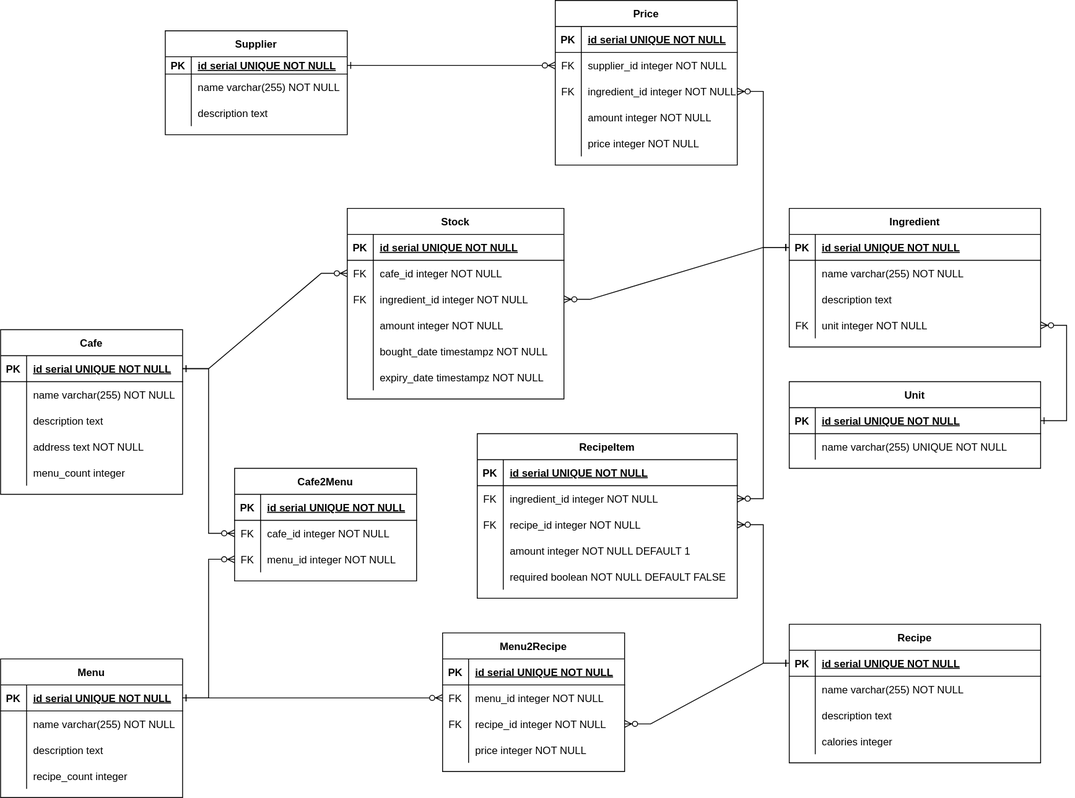
This is doc/fig/datalogical.svg from zubrailx/university-itmo, a draw.io export, as it was before one commit. Source tidied: cells renumbered, new cells last; positions are measured from the earlier drawing's top-left corner, leaving out a move shared by most shapes.
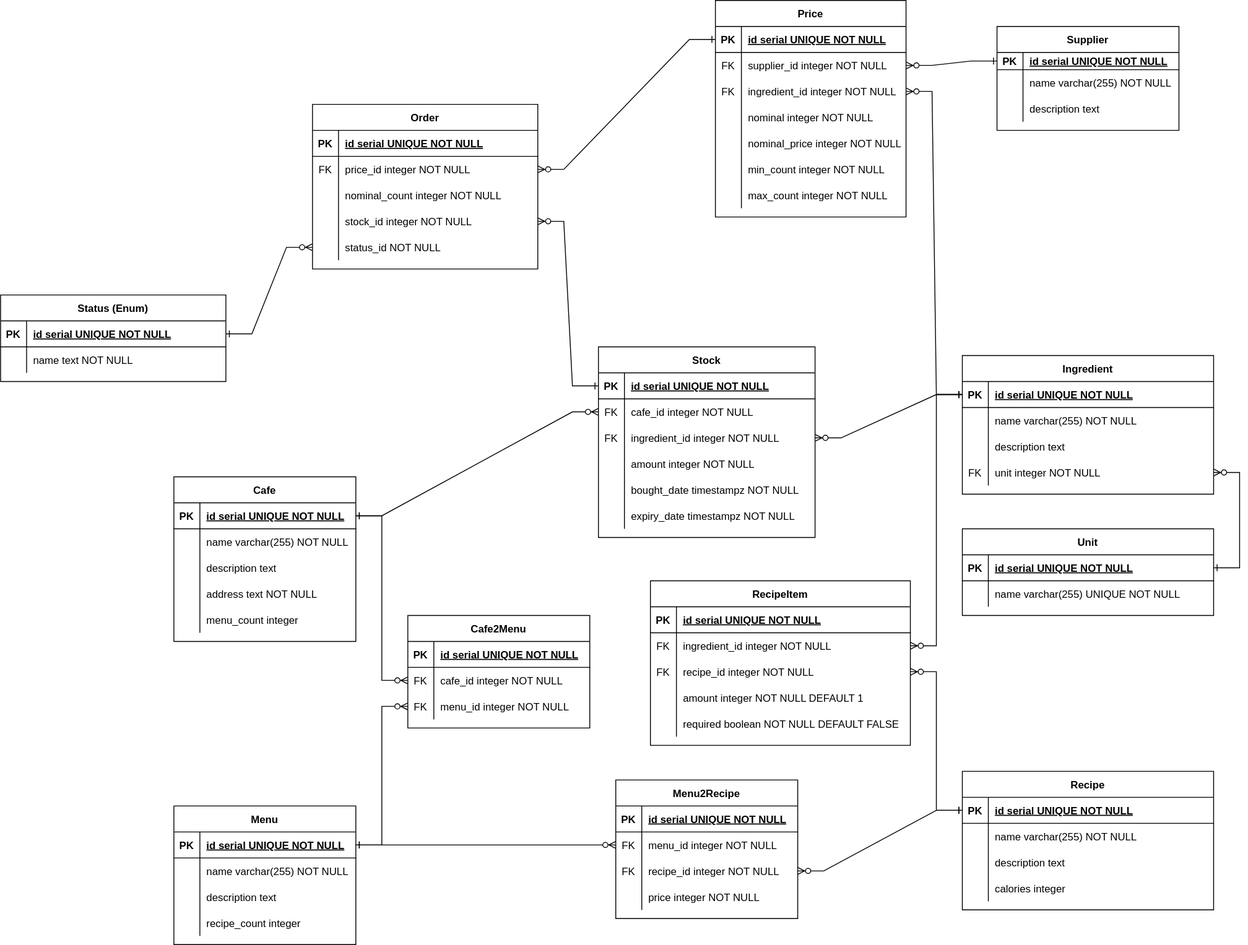
The same diagram one commit later.

What changed in the source:
```diff
@@ -3,7 +3,7 @@
     <mxCell id="0" />
     <mxCell id="1" parent="0" />
     <mxCell id="2" value="Supplier" style="shape=table;startSize=30;rowLines=0;fontStyle=1;align=center;" parent="1" vertex="1">
-      <mxGeometry x="190" y="35" width="210" height="120" as="geometry" />
+      <mxGeometry x="950" y="-140" width="210" height="120" as="geometry" />
     </mxCell>
     <mxCell id="3" style="shape=tableRow;horizontal=0;startSize=0;swimlaneHead=0;swimlaneBody=0;fillColor=none;points=[[0,0.5],[1,0.5]];portConstraint=eastwest;top=0;left=0;right=0;bottom=1;" parent="2" vertex="1">
       <mxGeometry y="30" width="210" height="20" as="geometry" />
@@ -198,55 +198,73 @@
       <mxGeometry x="30" width="180" height="30" as="geometry" />
     </mxCell>
     <mxCell id="67" value="Price" style="shape=table;startSize=30;rowLines=0;fontStyle=1;align=center;" parent="1" vertex="1">
-      <mxGeometry x="640" width="210" height="190" as="geometry" />
+      <mxGeometry x="625" y="-170" width="220" height="250" as="geometry" />
     </mxCell>
     <mxCell id="68" style="shape=tableRow;horizontal=0;startSize=0;swimlaneHead=0;swimlaneBody=0;fillColor=none;points=[[0,0.5],[1,0.5]];portConstraint=eastwest;top=0;left=0;right=0;bottom=1;" parent="67" vertex="1">
-      <mxGeometry y="30" width="210" height="30" as="geometry" />
+      <mxGeometry y="30" width="220" height="30" as="geometry" />
     </mxCell>
     <mxCell id="69" value="PK" style="shape=partialRectangle;fillColor=none;top=0;left=0;bottom=0;right=0;fontStyle=1;overflow=hidden;" parent="68" vertex="1">
       <mxGeometry width="30" height="30" as="geometry" />
     </mxCell>
     <mxCell id="70" value="id serial UNIQUE NOT NULL" style="shape=partialRectangle;fillColor=none;top=0;left=0;bottom=0;right=0;align=left;spacingLeft=6;fontStyle=5;overflow=hidden;" parent="68" vertex="1">
-      <mxGeometry x="30" width="180" height="30" as="geometry" />
+      <mxGeometry x="30" width="190" height="30" as="geometry" />
     </mxCell>
     <mxCell id="71" style="shape=tableRow;horizontal=0;startSize=0;swimlaneHead=0;swimlaneBody=0;fillColor=none;points=[[0,0.5],[1,0.5]];portConstraint=eastwest;top=0;left=0;right=0;bottom=0;" parent="67" vertex="1">
-      <mxGeometry y="60" width="210" height="30" as="geometry" />
+      <mxGeometry y="60" width="220" height="30" as="geometry" />
     </mxCell>
     <mxCell id="72" value="FK" style="shape=partialRectangle;fillColor=none;top=0;left=0;bottom=0;right=0;overflow=hidden;" parent="71" vertex="1">
       <mxGeometry width="30" height="30" as="geometry" />
     </mxCell>
     <mxCell id="73" value="supplier_id integer NOT NULL" style="shape=partialRectangle;fillColor=none;top=0;left=0;bottom=0;right=0;align=left;spacingLeft=6;overflow=hidden;" parent="71" vertex="1">
-      <mxGeometry x="30" width="180" height="30" as="geometry" />
+      <mxGeometry x="30" width="190" height="30" as="geometry" />
     </mxCell>
     <mxCell id="74" style="shape=tableRow;horizontal=0;startSize=0;swimlaneHead=0;swimlaneBody=0;fillColor=none;points=[[0,0.5],[1,0.5]];portConstraint=eastwest;top=0;left=0;right=0;bottom=0;" parent="67" vertex="1">
-      <mxGeometry y="90" width="210" height="30" as="geometry" />
+      <mxGeometry y="90" width="220" height="30" as="geometry" />
     </mxCell>
     <mxCell id="75" value="FK" style="shape=partialRectangle;fillColor=none;top=0;left=0;bottom=0;right=0;overflow=hidden;" parent="74" vertex="1">
       <mxGeometry width="30" height="30" as="geometry" />
     </mxCell>
     <mxCell id="76" value="ingredient_id integer NOT NULL" style="shape=partialRectangle;fillColor=none;top=0;left=0;bottom=0;right=0;align=left;spacingLeft=6;overflow=hidden;" parent="74" vertex="1">
-      <mxGeometry x="30" width="180" height="30" as="geometry" />
+      <mxGeometry x="30" width="190" height="30" as="geometry" />
     </mxCell>
     <mxCell id="77" style="shape=tableRow;horizontal=0;startSize=0;swimlaneHead=0;swimlaneBody=0;fillColor=none;top=0;left=0;right=0;bottom=0;" parent="67" vertex="1">
-      <mxGeometry y="120" width="210" height="30" as="geometry" />
+      <mxGeometry y="120" width="220" height="30" as="geometry" />
     </mxCell>
     <mxCell id="78" style="shape=partialRectangle;fillColor=none;top=0;left=0;bottom=0;right=0;overflow=hidden;" parent="77" vertex="1">
       <mxGeometry width="30" height="30" as="geometry" />
     </mxCell>
-    <mxCell id="79" value="amount integer NOT NULL" style="shape=partialRectangle;fillColor=none;top=0;left=0;bottom=0;right=0;align=left;spacingLeft=6;overflow=hidden;" parent="77" vertex="1">
-      <mxGeometry x="30" width="180" height="30" as="geometry" />
+    <mxCell id="79" value="nominal integer NOT NULL" style="shape=partialRectangle;fillColor=none;top=0;left=0;bottom=0;right=0;align=left;spacingLeft=6;overflow=hidden;" parent="77" vertex="1">
+      <mxGeometry x="30" width="190" height="30" as="geometry" />
     </mxCell>
     <mxCell id="80" style="shape=tableRow;horizontal=0;startSize=0;swimlaneHead=0;swimlaneBody=0;fillColor=none;top=0;left=0;right=0;bottom=0;" parent="67" vertex="1">
-      <mxGeometry y="150" width="210" height="30" as="geometry" />
+      <mxGeometry y="150" width="220" height="30" as="geometry" />
     </mxCell>
     <mxCell id="81" style="shape=partialRectangle;fillColor=none;top=0;left=0;bottom=0;right=0;overflow=hidden;" parent="80" vertex="1">
       <mxGeometry width="30" height="30" as="geometry" />
     </mxCell>
-    <mxCell id="82" value="price integer NOT NULL" style="shape=partialRectangle;fillColor=none;top=0;left=0;bottom=0;right=0;align=left;spacingLeft=6;overflow=hidden;" parent="80" vertex="1">
-      <mxGeometry x="30" width="180" height="30" as="geometry" />
+    <mxCell id="82" value="nominal_price integer NOT NULL" style="shape=partialRectangle;fillColor=none;top=0;left=0;bottom=0;right=0;align=left;spacingLeft=6;overflow=hidden;" parent="80" vertex="1">
+      <mxGeometry x="30" width="190" height="30" as="geometry" />
     </mxCell>
+    <mxCell id="159" style="shape=tableRow;horizontal=0;startSize=0;swimlaneHead=0;swimlaneBody=0;fillColor=none;top=0;left=0;right=0;bottom=0;" parent="67" vertex="1">
+      <mxGeometry y="180" width="220" height="30" as="geometry" />
+    </mxCell>
+    <mxCell id="160" style="shape=partialRectangle;fillColor=none;top=0;left=0;bottom=0;right=0;overflow=hidden;" parent="159" vertex="1">
+      <mxGeometry width="30" height="30" as="geometry" />
+    </mxCell>
+    <mxCell id="161" value="min_count integer NOT NULL" style="shape=partialRectangle;fillColor=none;top=0;left=0;bottom=0;right=0;align=left;spacingLeft=6;overflow=hidden;" parent="159" vertex="1">
+      <mxGeometry x="30" width="190" height="30" as="geometry" />
+    </mxCell>
+    <mxCell id="162" style="shape=tableRow;horizontal=0;startSize=0;swimlaneHead=0;swimlaneBody=0;fillColor=none;top=0;left=0;right=0;bottom=0;" parent="67" vertex="1">
+      <mxGeometry y="210" width="220" height="30" as="geometry" />
+    </mxCell>
+    <mxCell id="163" style="shape=partialRectangle;fillColor=none;top=0;left=0;bottom=0;right=0;overflow=hidden;" parent="162" vertex="1">
+      <mxGeometry width="30" height="30" as="geometry" />
+    </mxCell>
+    <mxCell id="164" value="max_count integer NOT NULL" style="shape=partialRectangle;fillColor=none;top=0;left=0;bottom=0;right=0;align=left;spacingLeft=6;overflow=hidden;" parent="162" vertex="1">
+      <mxGeometry x="30" width="190" height="30" as="geometry" />
+    </mxCell>
     <mxCell id="83" value="Stock" style="shape=table;startSize=30;rowLines=0;fontStyle=1;align=center;" parent="1" vertex="1">
-      <mxGeometry x="400" y="240" width="250" height="220" as="geometry" />
+      <mxGeometry x="490" y="230" width="250" height="220" as="geometry" />
     </mxCell>
     <mxCell id="84" style="shape=tableRow;horizontal=0;startSize=0;swimlaneHead=0;swimlaneBody=0;fillColor=none;points=[[0,0.5],[1,0.5]];portConstraint=eastwest;top=0;left=0;right=0;bottom=1;" parent="83" vertex="1">
       <mxGeometry y="30" width="250" height="30" as="geometry" />
@@ -473,5 +491,83 @@
     <mxCell id="158" value="name varchar(255) UNIQUE NOT NULL" style="shape=partialRectangle;fillColor=none;top=0;left=0;bottom=0;right=0;align=left;spacingLeft=6;overflow=hidden;" parent="156" vertex="1">
       <mxGeometry x="30" width="260" height="30" as="geometry" />
     </mxCell>
+    <mxCell id="165" value="Order" style="shape=table;startSize=30;rowLines=0;fontStyle=1;align=center;" parent="1" vertex="1">
+      <mxGeometry x="160" y="-50" width="260" height="190" as="geometry" />
+    </mxCell>
+    <mxCell id="166" style="shape=tableRow;horizontal=0;startSize=0;swimlaneHead=0;swimlaneBody=0;fillColor=none;top=0;left=0;right=0;bottom=1;" parent="165" vertex="1">
+      <mxGeometry y="30" width="260" height="30" as="geometry" />
+    </mxCell>
+    <mxCell id="167" value="PK" style="shape=partialRectangle;fillColor=none;top=0;left=0;bottom=0;right=0;fontStyle=1;overflow=hidden;" parent="166" vertex="1">
+      <mxGeometry width="30" height="30" as="geometry" />
+    </mxCell>
+    <mxCell id="168" value="id serial UNIQUE NOT NULL" style="shape=partialRectangle;fillColor=none;top=0;left=0;bottom=0;right=0;align=left;spacingLeft=6;fontStyle=5;overflow=hidden;" parent="166" vertex="1">
+      <mxGeometry x="30" width="230" height="30" as="geometry" />
+    </mxCell>
+    <mxCell id="169" style="shape=tableRow;horizontal=0;startSize=0;swimlaneHead=0;swimlaneBody=0;fillColor=none;points=[[0,0.5],[1,0.5]];portConstraint=eastwest;top=0;left=0;right=0;bottom=0;" parent="165" vertex="1">
+      <mxGeometry y="60" width="260" height="30" as="geometry" />
+    </mxCell>
+    <mxCell id="170" value="FK" style="shape=partialRectangle;fillColor=none;top=0;left=0;bottom=0;right=0;overflow=hidden;" parent="169" vertex="1">
+      <mxGeometry width="30" height="30" as="geometry" />
+    </mxCell>
+    <mxCell id="171" value="price_id integer NOT NULL" style="shape=partialRectangle;fillColor=none;top=0;left=0;bottom=0;right=0;align=left;spacingLeft=6;overflow=hidden;" parent="169" vertex="1">
+      <mxGeometry x="30" width="230" height="30" as="geometry" />
+    </mxCell>
+    <mxCell id="172" style="shape=tableRow;horizontal=0;startSize=0;swimlaneHead=0;swimlaneBody=0;fillColor=none;top=0;left=0;right=0;bottom=0;" parent="165" vertex="1">
+      <mxGeometry y="90" width="260" height="30" as="geometry" />
+    </mxCell>
+    <mxCell id="173" style="shape=partialRectangle;fillColor=none;top=0;left=0;bottom=0;right=0;overflow=hidden;" parent="172" vertex="1">
+      <mxGeometry width="30" height="30" as="geometry" />
+    </mxCell>
+    <mxCell id="174" value="nominal_count integer NOT NULL" style="shape=partialRectangle;fillColor=none;top=0;left=0;bottom=0;right=0;align=left;spacingLeft=6;overflow=hidden;" parent="172" vertex="1">
+      <mxGeometry x="30" width="230" height="30" as="geometry" />
+    </mxCell>
+    <mxCell id="175" style="shape=tableRow;horizontal=0;startSize=0;swimlaneHead=0;swimlaneBody=0;fillColor=none;points=[[0,0.5],[1,0.5]];portConstraint=eastwest;top=0;left=0;right=0;bottom=0;" parent="165" vertex="1">
+      <mxGeometry y="120" width="260" height="30" as="geometry" />
+    </mxCell>
+    <mxCell id="176" style="shape=partialRectangle;fillColor=none;top=0;left=0;bottom=0;right=0;overflow=hidden;" parent="175" vertex="1">
+      <mxGeometry width="30" height="30" as="geometry" />
+    </mxCell>
+    <mxCell id="177" value="stock_id integer NOT NULL" style="shape=partialRectangle;fillColor=none;top=0;left=0;bottom=0;right=0;align=left;spacingLeft=6;overflow=hidden;" parent="175" vertex="1">
+      <mxGeometry x="30" width="230" height="30" as="geometry" />
+    </mxCell>
+    <mxCell id="178" style="shape=tableRow;horizontal=0;startSize=0;swimlaneHead=0;swimlaneBody=0;fillColor=none;points=[[0,0.5],[1,0.5]];portConstraint=eastwest;top=0;left=0;right=0;bottom=0;" parent="165" vertex="1">
+      <mxGeometry y="150" width="260" height="30" as="geometry" />
+    </mxCell>
+    <mxCell id="179" style="shape=partialRectangle;fillColor=none;top=0;left=0;bottom=0;right=0;overflow=hidden;" parent="178" vertex="1">
+      <mxGeometry width="30" height="30" as="geometry" />
+    </mxCell>
+    <mxCell id="180" value="status_id NOT NULL" style="shape=partialRectangle;fillColor=none;top=0;left=0;bottom=0;right=0;align=left;spacingLeft=6;overflow=hidden;" parent="178" vertex="1">
+      <mxGeometry x="30" width="230" height="30" as="geometry" />
+    </mxCell>
+    <mxCell id="181" style="edgeStyle=entityRelationEdgeStyle;fontSize=12;html=1;endArrow=ERzeroToMany;endFill=1;rounded=0;startArrow=ERone;startFill=0;exitX=0;exitY=0.5;exitDx=0;exitDy=0;entryX=1;entryY=0.5;entryDx=0;entryDy=0;" parent="1" edge="1" source="68" target="169">
+      <mxGeometry relative="1" as="geometry" />
+    </mxCell>
+    <mxCell id="182" style="edgeStyle=entityRelationEdgeStyle;fontSize=12;html=1;endArrow=ERzeroToMany;endFill=1;rounded=0;startArrow=ERone;startFill=0;entryX=1;entryY=0.5;entryDx=0;entryDy=0;exitX=0;exitY=0.5;exitDx=0;exitDy=0;" parent="1" edge="1" source="84" target="175">
+      <mxGeometry relative="1" as="geometry" />
+    </mxCell>
+    <mxCell id="183" value="Status (Enum)" style="shape=table;startSize=30;rowLines=0;fontStyle=1;align=center;" parent="1" vertex="1">
+      <mxGeometry x="-200" y="170" width="260" height="100" as="geometry" />
+    </mxCell>
+    <mxCell id="184" style="shape=tableRow;horizontal=0;startSize=0;swimlaneHead=0;swimlaneBody=0;fillColor=none;points=[[0,0.5],[1,0.5]];portConstraint=eastwest;top=0;left=0;right=0;bottom=1;" parent="183" vertex="1">
+      <mxGeometry y="30" width="260" height="30" as="geometry" />
+    </mxCell>
+    <mxCell id="185" value="PK" style="shape=partialRectangle;fillColor=none;top=0;left=0;bottom=0;right=0;fontStyle=1;overflow=hidden;" parent="184" vertex="1">
+      <mxGeometry width="30" height="30" as="geometry" />
+    </mxCell>
+    <mxCell id="186" value="id serial UNIQUE NOT NULL" style="shape=partialRectangle;fillColor=none;top=0;left=0;bottom=0;right=0;align=left;spacingLeft=6;fontStyle=5;overflow=hidden;" parent="184" vertex="1">
+      <mxGeometry x="30" width="230" height="30" as="geometry" />
+    </mxCell>
+    <mxCell id="187" style="shape=tableRow;horizontal=0;startSize=0;swimlaneHead=0;swimlaneBody=0;fillColor=none;top=0;left=0;right=0;bottom=0;" parent="183" vertex="1">
+      <mxGeometry y="60" width="260" height="30" as="geometry" />
+    </mxCell>
+    <mxCell id="188" style="shape=partialRectangle;fillColor=none;top=0;left=0;bottom=0;right=0;overflow=hidden;" parent="187" vertex="1">
+      <mxGeometry width="30" height="30" as="geometry" />
+    </mxCell>
+    <mxCell id="189" value="name text NOT NULL" style="shape=partialRectangle;fillColor=none;top=0;left=0;bottom=0;right=0;align=left;spacingLeft=6;overflow=hidden;" parent="187" vertex="1">
+      <mxGeometry x="30" width="230" height="30" as="geometry" />
+    </mxCell>
+    <mxCell id="190" style="edgeStyle=entityRelationEdgeStyle;fontSize=12;html=1;endArrow=ERzeroToMany;endFill=1;rounded=0;startArrow=ERone;startFill=0;entryX=0;entryY=0.5;entryDx=0;entryDy=0;exitX=1;exitY=0.5;exitDx=0;exitDy=0;" parent="1" edge="1" source="184" target="178">
+      <mxGeometry relative="1" as="geometry" />
+    </mxCell>
   </root>
 </mxGraphModel>
```
